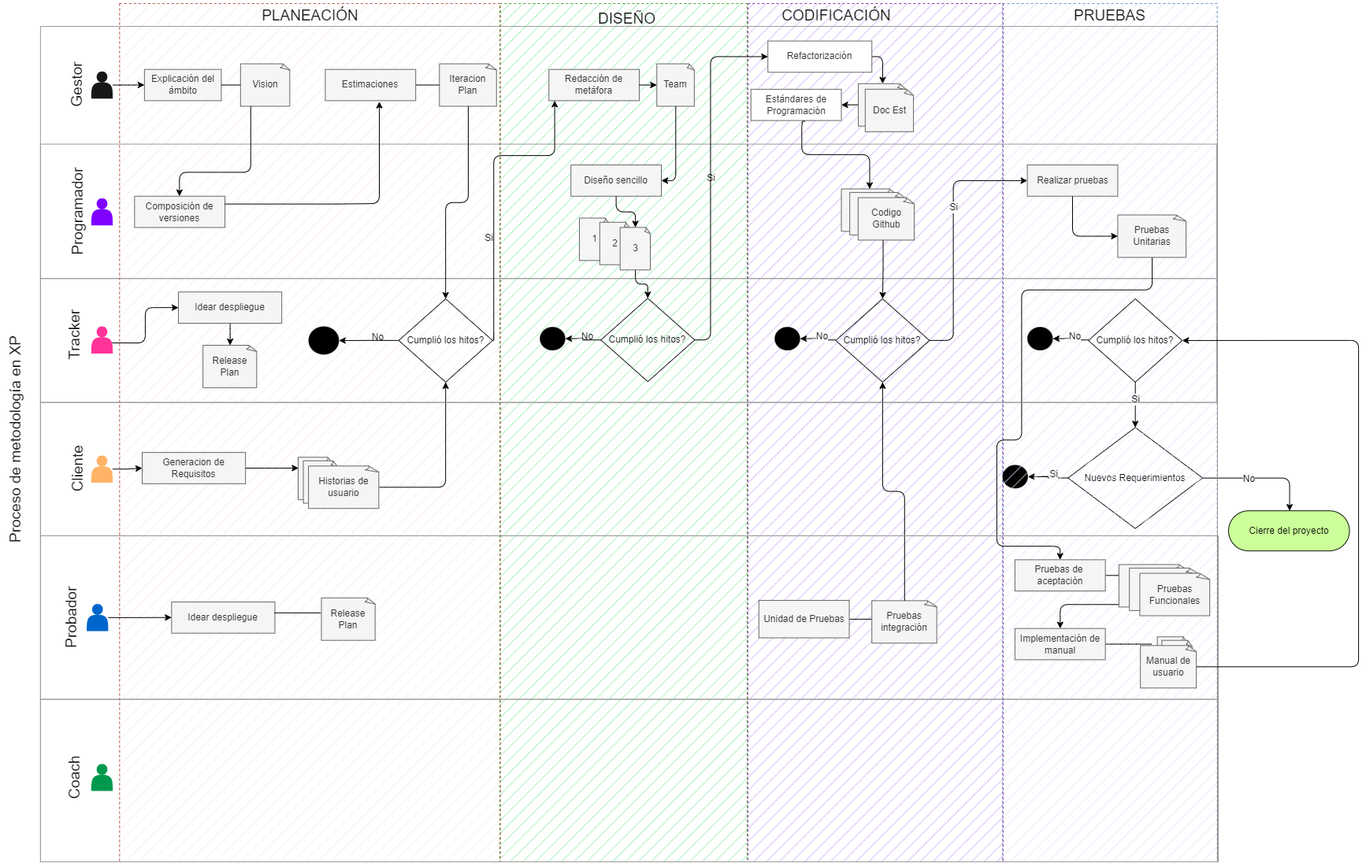
SantiagoMSalazar/Grupo4 keeps this draw.io diagram as Workflow_diagram.png. Above is the earlier version. Source tidied: cells renumbered, new cells last; positions are measured from the earlier drawing's top-left corner, leaving out a move shared by most shapes.
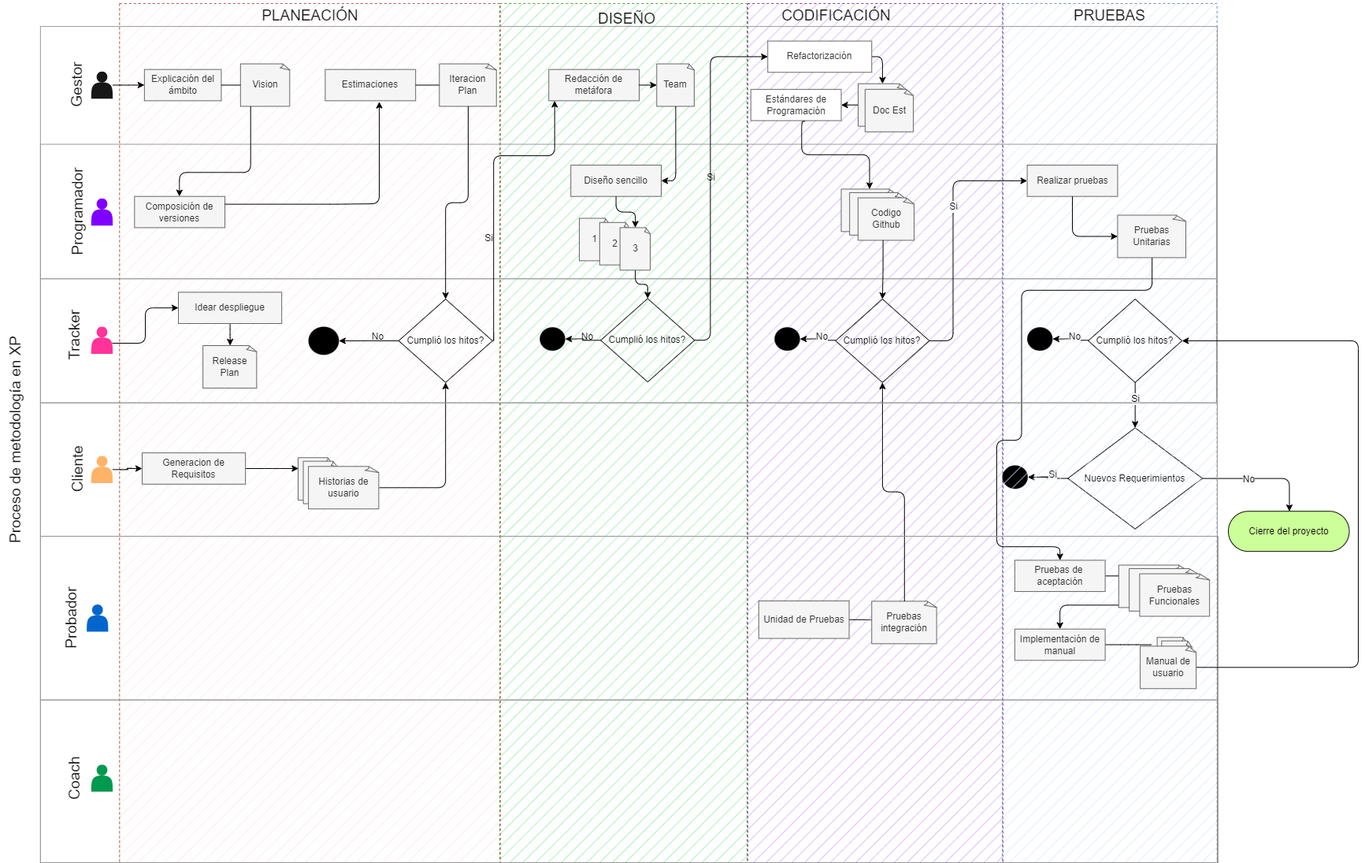
After the change.

Commit message:
Update Workflow Diagram

The edit, as a diff of the source:
```diff
@@ -136,21 +136,12 @@
         <mxPoint x="1653.5" y="730.2" as="targetPoint" />
       </mxGeometry>
     </mxCell>
-    <mxCell id="41" value="Idear despliegue" style="rounded=0;whiteSpace=wrap;html=1;fillColor=#f5f5f5;fontColor=#333333;strokeColor=#666666;" parent="1" vertex="1">
-      <mxGeometry x="409.3" y="763.9" width="131.2" height="39.7" as="geometry" />
-    </mxCell>
     <mxCell id="42" value="DISEÑO&lt;span style=&quot;color: rgba(0, 0, 0, 0); font-family: monospace; font-size: 0px; text-align: start;&quot;&gt;%3CmxGraphModel%3E%3Croot%3E%3CmxCell%20id%3D%220%22%2F%3E%3CmxCell%20id%3D%221%22%20parent%3D%220%22%2F%3E%3CmxCell%20id%3D%222%22%20value%3D%22PLANEACI%C3%93N%22%20style%3D%22text%3Bhtml%3D1%3Balign%3Dcenter%3BverticalAlign%3Dmiddle%3BwhiteSpace%3Dwrap%3Brounded%3D0%3BfontColor%3D%23141414%3Brotation%3D0%3BfontSize%3D19%3B%22%20vertex%3D%221%22%20parent%3D%221%22%3E%3CmxGeometry%20x%3D%22171%22%20y%3D%22-7%22%20width%3D%2299.5%22%20height%3D%2230%22%20as%3D%22geometry%22%2F%3E%3C%2FmxCell%3E%3C%2Froot%3E%3C%2FmxGraphModel%3E&lt;/span&gt;" style="text;html=1;align=center;verticalAlign=middle;whiteSpace=wrap;rounded=0;fontColor=#141414;rotation=0;fontSize=19;" parent="1" vertex="1">
       <mxGeometry x="916.2" y="4" width="142.8" height="39.7" as="geometry" />
     </mxCell>
     <mxCell id="43" value="Pruebas de&amp;nbsp; aceptación" style="rounded=0;whiteSpace=wrap;html=1;fillColor=#f5f5f5;fontColor=#333333;strokeColor=#666666;" parent="1" vertex="1">
       <mxGeometry x="1479.9" y="710.4" width="114.8" height="39.7" as="geometry" />
     </mxCell>
-    <mxCell id="44" style="edgeStyle=orthogonalEdgeStyle;html=1;strokeColor=#000000;fontSize=12;fontColor=#141414;endArrow=none;endFill=0;" parent="1" edge="1">
-      <mxGeometry relative="1" as="geometry">
-        <mxPoint x="539.9" y="777.8" as="sourcePoint" />
-        <mxPoint x="598.7" y="777.8" as="targetPoint" />
-      </mxGeometry>
-    </mxCell>
     <mxCell id="45" value="CODIFICACIÓN" style="text;html=1;align=center;verticalAlign=middle;whiteSpace=wrap;rounded=0;fontColor=#141414;rotation=0;fontSize=19;" parent="1" vertex="1">
       <mxGeometry x="1182.4" width="142.8" height="39.7" as="geometry" />
     </mxCell>
@@ -212,9 +203,6 @@
     <mxCell id="62" value="Doc" style="whiteSpace=wrap;html=1;shape=mxgraph.basic.document;fillColor=#f5f5f5;fontColor=#333333;strokeColor=#666666;" parent="1" vertex="1">
       <mxGeometry x="1281" y="105.7" width="61.8" height="53.9" as="geometry" />
     </mxCell>
-    <mxCell id="63" value="Release Plan" style="whiteSpace=wrap;html=1;shape=mxgraph.basic.document;fillColor=#f5f5f5;fontColor=#333333;strokeColor=#666666;" parent="1" vertex="1">
-      <mxGeometry x="599.5" y="758.8" width="68.9" height="53.9" as="geometry" />
-    </mxCell>
     <mxCell id="64" style="edgeStyle=none;html=1;entryX=0;entryY=0.5;entryDx=0;entryDy=0;entryPerimeter=0;strokeColor=#000000;fontSize=19;fontColor=#141414;" parent="1" edge="1" source="59" target="61">
       <mxGeometry relative="1" as="geometry" />
     </mxCell>
@@ -335,9 +323,6 @@
     <mxCell id="93" style="shape=actor;whiteSpace=wrap;html=1;dashed=1;labelBackgroundColor=none;fillStyle=auto;strokeColor=none;fontSize=12;fontColor=#141414;fillColor=#0066CC;gradientColor=none;gradientDirection=north;" parent="1" vertex="1">
       <mxGeometry x="301.7" y="766.6" width="27.3" height="34.4" as="geometry" />
     </mxCell>
-    <mxCell id="94" style="edgeStyle=orthogonalEdgeStyle;html=1;strokeColor=#000000;fontSize=12;fontColor=#050505;endArrow=classic;endFill=1;" parent="1" edge="1" source="93" target="41">
-      <mxGeometry relative="1" as="geometry" />
-    </mxCell>
     <mxCell id="95" style="shape=actor;whiteSpace=wrap;html=1;dashed=1;labelBackgroundColor=none;fillStyle=auto;strokeColor=none;fontSize=12;fontColor=#141414;fillColor=#00994D;gradientColor=none;gradientDirection=north;" parent="1" vertex="1">
       <mxGeometry x="307.4" y="969.7" width="27.3" height="34.4" as="geometry" />
     </mxCell>
```
